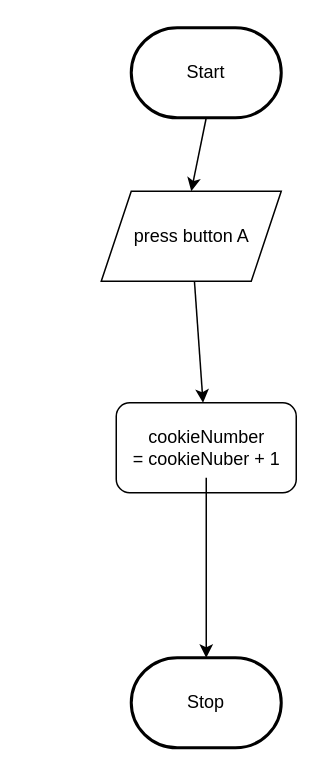
This is design/flowchart.drawio from MTHS-TEJ2O-1-2024/TEJ2O-Unit-2-07B-maryam-ergen, a draw.io file, before an edit. Source tidied: cells renumbered, new cells numbered last; positions are measured from the earlier drawing's top-left corner, leaving out a move shared by most shapes. Both pictures are drawn from the tidied source at 150%, with x=0, y=0 at pixel (100, 27).
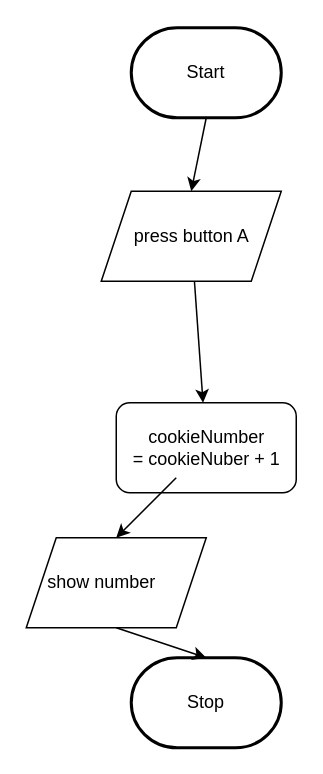
The same page after the edit.

Diff of the diagram source:
```diff
@@
 <mxGraphModel>
   <root>
     <mxCell id="0" />
     <mxCell id="1" parent="0" />
     <mxCell id="2" style="edgeStyle=none;html=1;exitX=0.5;exitY=1;exitDx=0;exitDy=0;exitPerimeter=0;entryX=0.5;entryY=0;entryDx=0;entryDy=0;rounded=0;" parent="1" edge="1" source="3" target="6">
       <mxGeometry relative="1" as="geometry" />
     </mxCell>
     <mxCell id="3" value="Start" style="strokeWidth=2;html=1;shape=mxgraph.flowchart.terminator;whiteSpace=wrap;" parent="1" vertex="1">
       <mxGeometry x="20" width="100" height="60" as="geometry" />
     </mxCell>
     <mxCell id="4" value="Stop" style="strokeWidth=2;html=1;shape=mxgraph.flowchart.terminator;whiteSpace=wrap;" parent="1" vertex="1">
       <mxGeometry x="20" y="420" width="100" height="60" as="geometry" />
     </mxCell>
     <mxCell id="5" style="edgeStyle=none;rounded=0;html=1;" parent="1" edge="1" source="6" target="8">
       <mxGeometry relative="1" as="geometry" />
     </mxCell>
     <mxCell id="6" style="shape=parallelogram;perimeter=parallelogramPerimeter;whiteSpace=wrap;html=1;fixedSize=1;" parent="1" vertex="1">
       <mxGeometry y="109" width="120" height="60" as="geometry" />
     </mxCell>
     <mxCell id="7" value="press button A" style="text;html=1;align=center;verticalAlign=middle;strokeColor=none;fillColor=none;" parent="1" vertex="1">
       <mxGeometry x="10" y="124" width="100" height="30" as="geometry" />
     </mxCell>
     <mxCell id="8" style="rounded=1;whiteSpace=wrap;html=1;" parent="1" vertex="1">
       <mxGeometry x="10" y="250" width="120" height="60" as="geometry" />
     </mxCell>
-    <mxCell id="9" style="edgeStyle=none;rounded=0;html=1;entryX=0.5;entryY=0;entryDx=0;entryDy=0;entryPerimeter=0;" parent="1" edge="1" source="10" target="4">
+    <mxCell id="9" style="edgeStyle=none;rounded=0;html=1;entryX=0.5;entryY=0;entryDx=0;entryDy=0;" parent="1" edge="1" source="10" target="12">
       <mxGeometry relative="1" as="geometry" />
     </mxCell>
     <mxCell id="10" value="cookieNumber &lt;br&gt;= cookieNuber + 1" style="text;html=1;align=center;verticalAlign=middle;points=[];strokeColor=none;fillColor=none;" parent="1" vertex="1">
       <mxGeometry x="10" y="260" width="120" height="40" as="geometry" />
     </mxCell>
+    <mxCell id="11" style="edgeStyle=none;html=1;exitX=0.5;exitY=1;exitDx=0;exitDy=0;entryX=0.5;entryY=0;entryDx=0;entryDy=0;entryPerimeter=0;" parent="1" edge="1" source="12" target="4">
+      <mxGeometry relative="1" as="geometry" />
+    </mxCell>
+    <mxCell id="12" style="shape=parallelogram;perimeter=parallelogramPerimeter;whiteSpace=wrap;html=1;fixedSize=1;" parent="1" vertex="1">
+      <mxGeometry x="-50" y="340" width="120" height="60" as="geometry" />
+    </mxCell>
+    <mxCell id="13" value="show number" style="text;html=1;align=center;verticalAlign=middle;strokeColor=none;fillColor=none;" parent="1" vertex="1">
+      <mxGeometry x="-50" y="355" width="100" height="30" as="geometry" />
+    </mxCell>
   </root>
 </mxGraphModel>
```
